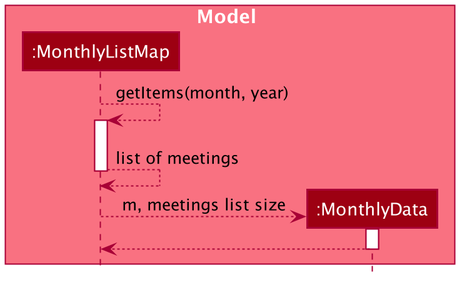
The PlantUML diagram docs/images/MeetingStatsSequenceDiagram5.png in sebastiantoh/tp, before a commit.
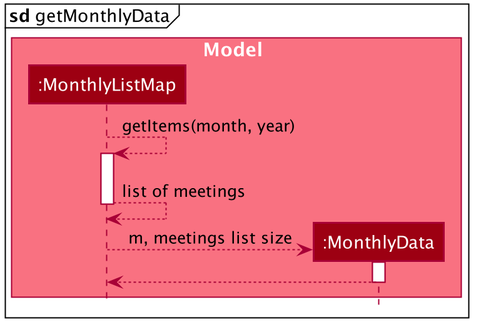
Later version of the same file.

Commit message:
Add sd frame to sequence diagrams

Change to the diagram source:
```diff
@@ -56,8 +56,9 @@
 
 end box
 
+mainframe **sd** getMonthlyData
+
 box
-
 MonthlyListMap --> MonthlyListMap : getItems(month, year)
 activate MonthlyListMap
 
```
